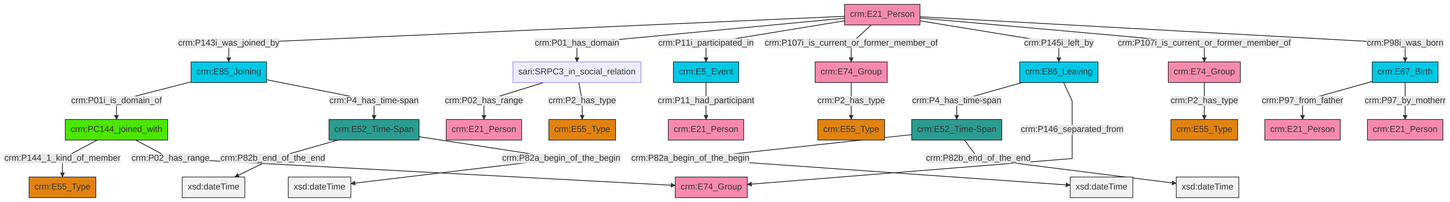
This is et/personCSV/ttl/mmd/png/Person_Actor_Relations.png from swiss-art-research-net/docs.swissartresearch, a Mermaid export, as it was before one commit. Its source is kept beside it as et/personCSV/ttl/mmd/Person_Actor_Relations.ttl.mmd.
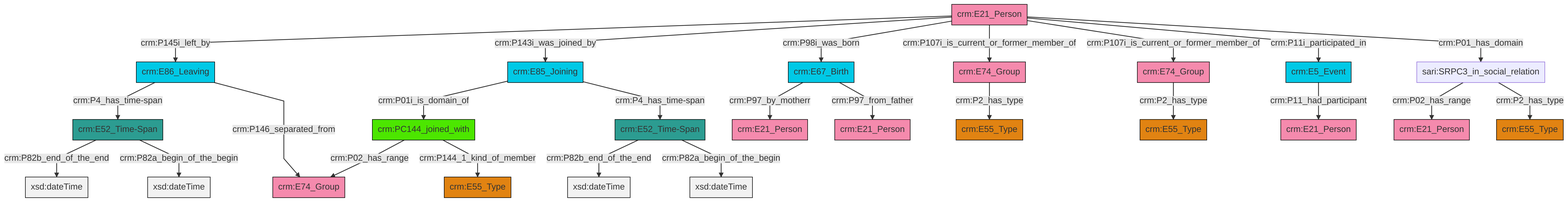
The same file after the commit.

Change to the diagram source:
```diff
@@ -13,27 +13,27 @@
 classDef PC_Classes fill:#4ce600, stroke:#000000;
 classDef Multi fill:#cccccc,stroke:#000000;
 
-0["crm:E52_Time-Span"]:::Time-Span -->|crm:P82b_end_of_the_end| 1[xsd:dateTime]:::Literal
-4["crm:E74_Group"]:::Actor -->|crm:P2_has_type| 5["crm:E55_Type"]:::Type
-11["crm:E86_Leaving"]:::Temporal_Entity -->|crm:P4_has_time-span| 12["crm:E52_Time-Span"]:::Time-Span
-2["crm:E21_Person"]:::Actor -->|crm:P143i_was_joined_by| 13["crm:E85_Joining"]:::Temporal_Entity
-12["crm:E52_Time-Span"]:::Time-Span -->|crm:P82a_begin_of_the_begin| 16[xsd:dateTime]:::Literal
-2["crm:E21_Person"]:::Actor -->|crm:P01_has_domain| 17["sari:SRPC3_in_social_relation"]:::Default
-2["crm:E21_Person"]:::Actor -->|crm:P11i_participated_in| 19["crm:E5_Event"]:::Temporal_Entity
-2["crm:E21_Person"]:::Actor -->|crm:P107i_is_current_or_former_member_of| 4["crm:E74_Group"]:::Actor
-23["crm:E67_Birth"]:::Temporal_Entity -->|crm:P97_from_father| 25["crm:E21_Person"]:::Actor
-13["crm:E85_Joining"]:::Temporal_Entity -->|crm:P01i_is_domain_of| 6["crm:PC144_joined_with"]:::PC_Classes
-12["crm:E52_Time-Span"]:::Time-Span -->|crm:P82b_end_of_the_end| 33[xsd:dateTime]:::Literal
-19["crm:E5_Event"]:::Temporal_Entity -->|crm:P11_had_participant| 20["crm:E21_Person"]:::Actor
-23["crm:E67_Birth"]:::Temporal_Entity -->|crm:P97_by_motherr| 34["crm:E21_Person"]:::Actor
-6["crm:PC144_joined_with"]:::PC_Classes -->|crm:P144_1_kind_of_member| 9["crm:E55_Type"]:::Type
-11["crm:E86_Leaving"]:::Temporal_Entity -->|crm:P146_separated_from| 14["crm:E74_Group"]:::Actor
-17["sari:SRPC3_in_social_relation"]:::Default -->|crm:P02_has_range| 28["crm:E21_Person"]:::Actor
-2["crm:E21_Person"]:::Actor -->|crm:P145i_left_by| 11["crm:E86_Leaving"]:::Temporal_Entity
-13["crm:E85_Joining"]:::Temporal_Entity -->|crm:P4_has_time-span| 0["crm:E52_Time-Span"]:::Time-Span
-0["crm:E52_Time-Span"]:::Time-Span -->|crm:P82a_begin_of_the_begin| 40[xsd:dateTime]:::Literal
-2["crm:E21_Person"]:::Actor -->|crm:P107i_is_current_or_former_member_of| 26["crm:E74_Group"]:::Actor
-26["crm:E74_Group"]:::Actor -->|crm:P2_has_type| 30["crm:E55_Type"]:::Type
-17["sari:SRPC3_in_social_relation"]:::Default -->|crm:P2_has_type| 42["crm:E55_Type"]:::Type
-2["crm:E21_Person"]:::Actor -->|crm:P98i_was_born| 23["crm:E67_Birth"]:::Temporal_Entity
-6["crm:PC144_joined_with"]:::PC_Classes -->|crm:P02_has_range| 14["crm:E74_Group"]:::Actor
+0["crm:E21_Person"]:::Actor -->|crm:P145i_left_by| 1["crm:E86_Leaving"]:::Temporal_Entity
+2["crm:E74_Group"]:::Actor -->|crm:P2_has_type| 3["crm:E55_Type"]:::Type
+0["crm:E21_Person"]:::Actor -->|crm:P143i_was_joined_by| 4["crm:E85_Joining"]:::Temporal_Entity
+5["crm:E52_Time-Span"]:::Time-Span -->|crm:P82b_end_of_the_end| 6[xsd:dateTime]:::Literal
+7["crm:PC144_joined_with"]:::PC_Classes -->|crm:P02_has_range| 8["crm:E74_Group"]:::Actor
+10["sari:SRPC3_in_social_relation"]:::Default -->|crm:P02_has_range| 12["crm:E21_Person"]:::Actor
+15["crm:E67_Birth"]:::Temporal_Entity -->|crm:P97_by_motherr| 16["crm:E21_Person"]:::Actor
+1["crm:E86_Leaving"]:::Temporal_Entity -->|crm:P4_has_time-span| 5["crm:E52_Time-Span"]:::Time-Span
+4["crm:E85_Joining"]:::Temporal_Entity -->|crm:P01i_is_domain_of| 7["crm:PC144_joined_with"]:::PC_Classes
+4["crm:E85_Joining"]:::Temporal_Entity -->|crm:P4_has_time-span| 18["crm:E52_Time-Span"]:::Time-Span
+1["crm:E86_Leaving"]:::Temporal_Entity -->|crm:P146_separated_from| 8["crm:E74_Group"]:::Actor
+18["crm:E52_Time-Span"]:::Time-Span -->|crm:P82b_end_of_the_end| 24[xsd:dateTime]:::Literal
+0["crm:E21_Person"]:::Actor -->|crm:P98i_was_born| 15["crm:E67_Birth"]:::Temporal_Entity
+0["crm:E21_Person"]:::Actor -->|crm:P107i_is_current_or_former_member_of| 20["crm:E74_Group"]:::Actor
+0["crm:E21_Person"]:::Actor -->|crm:P107i_is_current_or_former_member_of| 2["crm:E74_Group"]:::Actor
+10["sari:SRPC3_in_social_relation"]:::Default -->|crm:P2_has_type| 33["crm:E55_Type"]:::Type
+15["crm:E67_Birth"]:::Temporal_Entity -->|crm:P97_from_father| 22["crm:E21_Person"]:::Actor
+5["crm:E52_Time-Span"]:::Time-Span -->|crm:P82a_begin_of_the_begin| 36[xsd:dateTime]:::Literal
+7["crm:PC144_joined_with"]:::PC_Classes -->|crm:P144_1_kind_of_member| 29["crm:E55_Type"]:::Type
+0["crm:E21_Person"]:::Actor -->|crm:P11i_participated_in| 13["crm:E5_Event"]:::Temporal_Entity
+0["crm:E21_Person"]:::Actor -->|crm:P01_has_domain| 10["sari:SRPC3_in_social_relation"]:::Default
+18["crm:E52_Time-Span"]:::Time-Span -->|crm:P82a_begin_of_the_begin| 44[xsd:dateTime]:::Literal
+20["crm:E74_Group"]:::Actor -->|crm:P2_has_type| 39["crm:E55_Type"]:::Type
+13["crm:E5_Event"]:::Temporal_Entity -->|crm:P11_had_participant| 34["crm:E21_Person"]:::Actor
```
